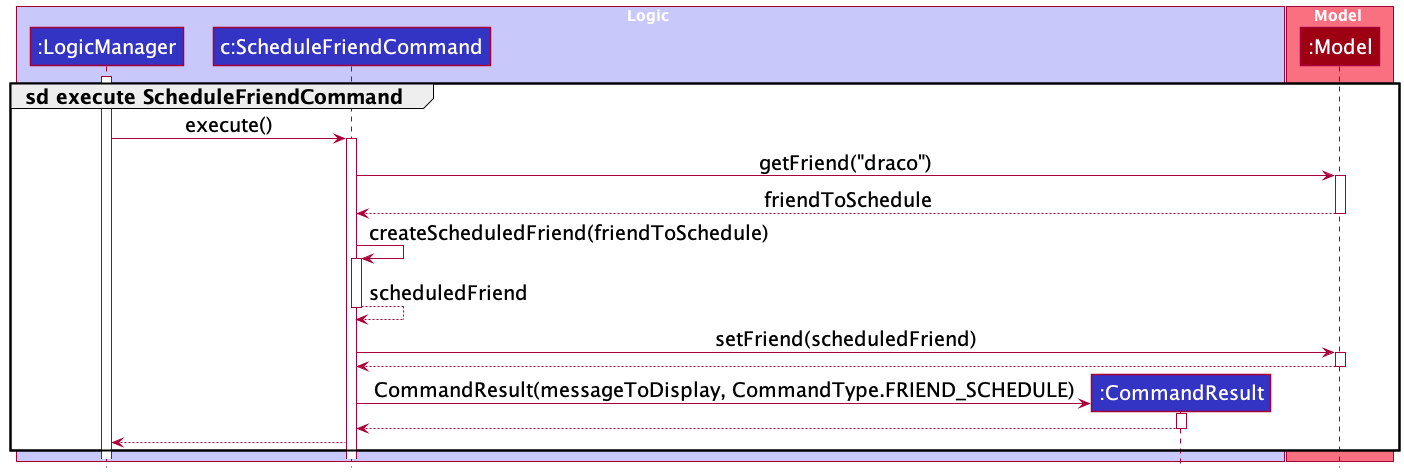
This is docs/images/ScheduleSequenceDiagram2.png from nus-cs2103-AY2122S1/tp, a PlantUML export, as it was before one commit. Its diagram source:
```plantuml
@startuml
!include style.puml
skinparam defaultFontSize 20

box Logic LOGIC_COLOR_T1


group sd execute ScheduleFriendCommand

participant ":LogicManager" as LogicManager LOGIC_COLOR
participant "c:ScheduleFriendCommand" as ScheduleFriendCommand LOGIC_COLOR
participant ":CommandResult" as CommandResult LOGIC_COLOR
end box

box Model MODEL_COLOR_T1
participant ":Model" as Model MODEL_COLOR
end box

activate LogicManager

LogicManager -> ScheduleFriendCommand : execute()
activate ScheduleFriendCommand

ScheduleFriendCommand -> Model : getFriend("draco")
activate Model

Model --> ScheduleFriendCommand : friendToSchedule
deactivate Model

ScheduleFriendCommand -> ScheduleFriendCommand : createScheduledFriend(friendToSchedule)
activate ScheduleFriendCommand

ScheduleFriendCommand --> ScheduleFriendCommand : scheduledFriend
deactivate ScheduleFriendCommand

ScheduleFriendCommand -> Model : setFriend(scheduledFriend)
activate Model

Model --> ScheduleFriendCommand
deactivate Model

create CommandResult
ScheduleFriendCommand -> CommandResult : CommandResult(messageToDisplay, CommandType.FRIEND_SCHEDULE)
activate CommandResult

CommandResult --> ScheduleFriendCommand
deactivate CommandResult

ScheduleFriendCommand --> LogicManager

end

@enduml
```
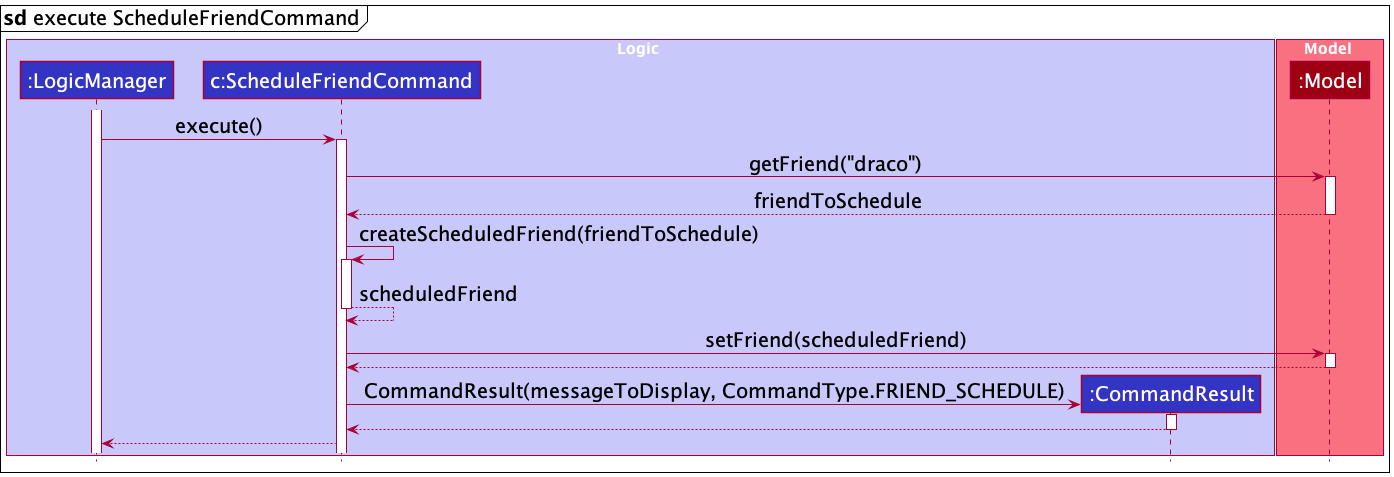
The same diagram one commit later.

Commit message:
Update schedule and delete sequence diagrams, update UG with requested changes

The edit, as a diff of the source:
```diff
@@ -5,7 +5,7 @@
 box Logic LOGIC_COLOR_T1
 
 
-group sd execute ScheduleFriendCommand
+mainframe **sd** execute ScheduleFriendCommand
 
 participant ":LogicManager" as LogicManager LOGIC_COLOR
 participant "c:ScheduleFriendCommand" as ScheduleFriendCommand LOGIC_COLOR
@@ -48,6 +48,4 @@
 
 ScheduleFriendCommand --> LogicManager
 
-end
-
 @enduml
```
